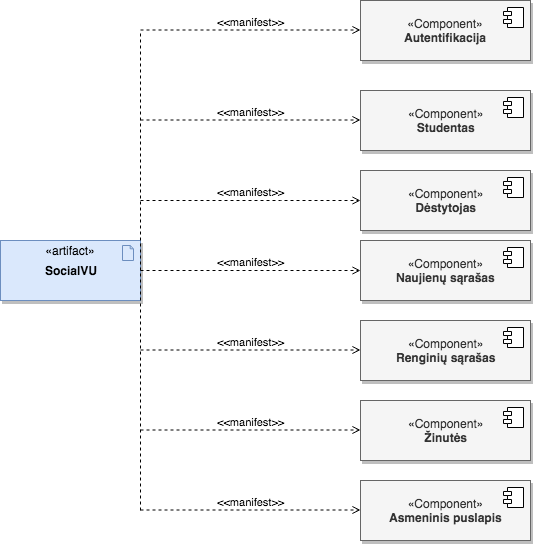
The draw.io diagram img/compArtifacts.png in eglepuo/PSI_1, before a commit. Source tidied: cells renumbered, new cells last; positions are measured from the earlier drawing's top-left corner, leaving out a move shared by most shapes. The source it was exported from:
```xml
<mxGraphModel background="#ffffff">
  <root>
    <mxCell id="0" />
    <mxCell id="1" parent="0" />
    <mxCell id="2" value="&lt;b&gt;SocialVU&lt;/b&gt;" style="html=1;outlineConnect=0;whiteSpace=wrap;fillColor=#dae8fc;strokeColor=#6c8ebf;shape=mxgraph.archimate3.application;appType=artifact;archiType=square;shadow=1;" parent="1" vertex="1">
      <mxGeometry y="240" width="140" height="60" as="geometry" />
    </mxCell>
    <mxCell id="3" value="&lt;span&gt;«artifact»&lt;/span&gt;" style="text;html=1;strokeColor=none;fillColor=none;align=center;verticalAlign=middle;whiteSpace=wrap;rounded=0;" parent="1" vertex="1">
      <mxGeometry x="50" y="240" width="40" height="20" as="geometry" />
    </mxCell>
    <mxCell id="4" value="&amp;lt;&amp;lt;manifest&amp;gt;&amp;gt;" style="edgeStyle=none;html=1;endArrow=open;verticalAlign=bottom;dashed=1;labelBackgroundColor=none;entryX=0;entryY=0.5;" parent="1" edge="1" target="9">
      <mxGeometry relative="1" as="geometry">
        <mxPoint x="140" y="200" as="sourcePoint" />
        <Array as="points">
          <mxPoint x="290" y="200" />
        </Array>
      </mxGeometry>
    </mxCell>
    <mxCell id="5" value="«Component»&lt;br&gt;&lt;b&gt;Autentifikacija&lt;/b&gt;" style="html=1;fillColor=#f5f5f5;strokeColor=#666666;fontColor=#333333;gradientColor=none;shadow=1;" parent="1" vertex="1">
      <mxGeometry x="360" width="170" height="60" as="geometry" />
    </mxCell>
    <mxCell id="6" style="shape=component;jettyWidth=8;jettyHeight=4;" parent="5" vertex="1">
      <mxGeometry x="1" width="20" height="20" relative="1" as="geometry">
        <mxPoint x="-27" y="7" as="offset" />
      </mxGeometry>
    </mxCell>
    <mxCell id="7" value="«Component»&lt;br&gt;&lt;b&gt;Studentas&lt;/b&gt;" style="html=1;fillColor=#f5f5f5;strokeColor=#666666;fontColor=#333333;gradientColor=none;shadow=1;" parent="1" vertex="1">
      <mxGeometry x="360" y="90" width="170" height="60" as="geometry" />
    </mxCell>
    <mxCell id="8" style="shape=component;jettyWidth=8;jettyHeight=4;" parent="7" vertex="1">
      <mxGeometry x="1" width="20" height="20" relative="1" as="geometry">
        <mxPoint x="-27" y="7" as="offset" />
      </mxGeometry>
    </mxCell>
    <mxCell id="9" value="«Component»&lt;br&gt;&lt;b&gt;Dėstytojas&lt;/b&gt;" style="html=1;fillColor=#f5f5f5;strokeColor=#666666;fontColor=#333333;gradientColor=none;shadow=1;" parent="1" vertex="1">
      <mxGeometry x="360" y="170" width="170" height="60" as="geometry" />
    </mxCell>
    <mxCell id="10" style="shape=component;jettyWidth=8;jettyHeight=4;" parent="9" vertex="1">
      <mxGeometry x="1" width="20" height="20" relative="1" as="geometry">
        <mxPoint x="-27" y="7" as="offset" />
      </mxGeometry>
    </mxCell>
    <mxCell id="11" value="«Component»&lt;br&gt;&lt;b&gt;Naujienų sąrašas&lt;/b&gt;" style="html=1;fillColor=#f5f5f5;strokeColor=#666666;fontColor=#333333;shadow=1;" parent="1" vertex="1">
      <mxGeometry x="360" y="240" width="170" height="60" as="geometry" />
    </mxCell>
    <mxCell id="12" style="shape=component;jettyWidth=8;jettyHeight=4;" parent="11" vertex="1">
      <mxGeometry x="1" width="20" height="20" relative="1" as="geometry">
        <mxPoint x="-27" y="7" as="offset" />
      </mxGeometry>
    </mxCell>
    <mxCell id="13" value="«Component»&lt;br&gt;&lt;b&gt;Renginių sąrašas&lt;/b&gt;" style="html=1;fillColor=#f5f5f5;strokeColor=#666666;fontColor=#333333;shadow=1;" parent="1" vertex="1">
      <mxGeometry x="360" y="320" width="170" height="60" as="geometry" />
    </mxCell>
    <mxCell id="14" style="shape=component;jettyWidth=8;jettyHeight=4;" parent="13" vertex="1">
      <mxGeometry x="1" width="20" height="20" relative="1" as="geometry">
        <mxPoint x="-27" y="7" as="offset" />
      </mxGeometry>
    </mxCell>
    <mxCell id="15" value="«Component»&lt;br&gt;&lt;b&gt;Žinutės&lt;/b&gt;" style="html=1;fillColor=#f5f5f5;strokeColor=#666666;fontColor=#333333;shadow=1;" parent="1" vertex="1">
      <mxGeometry x="360" y="400" width="170" height="60" as="geometry" />
    </mxCell>
    <mxCell id="16" style="shape=component;jettyWidth=8;jettyHeight=4;" parent="15" vertex="1">
      <mxGeometry x="1" width="20" height="20" relative="1" as="geometry">
        <mxPoint x="-27" y="7" as="offset" />
      </mxGeometry>
    </mxCell>
    <mxCell id="17" value="«Component»&lt;br&gt;&lt;b&gt;Asmeninis puslapis&lt;/b&gt;" style="html=1;fillColor=#f5f5f5;strokeColor=#666666;fontColor=#333333;shadow=1;" parent="1" vertex="1">
      <mxGeometry x="360" y="480" width="170" height="60" as="geometry" />
    </mxCell>
    <mxCell id="18" style="shape=component;jettyWidth=8;jettyHeight=4;" parent="17" vertex="1">
      <mxGeometry x="1" width="20" height="20" relative="1" as="geometry">
        <mxPoint x="-27" y="7" as="offset" />
      </mxGeometry>
    </mxCell>
    <mxCell id="19" value="&amp;lt;&amp;lt;manifest&amp;gt;&amp;gt;" style="edgeStyle=none;html=1;endArrow=open;verticalAlign=bottom;dashed=1;labelBackgroundColor=none;entryX=0;entryY=0.5;" parent="1" edge="1" source="2">
      <mxGeometry relative="1" as="geometry">
        <mxPoint x="360" y="270" as="targetPoint" />
        <Array as="points">
          <mxPoint x="290" y="270" />
        </Array>
      </mxGeometry>
    </mxCell>
    <mxCell id="20" value="&amp;lt;&amp;lt;manifest&amp;gt;&amp;gt;" style="edgeStyle=none;html=1;endArrow=open;verticalAlign=bottom;dashed=1;labelBackgroundColor=none;entryX=0;entryY=0.5;" parent="1" edge="1">
      <mxGeometry relative="1" as="geometry">
        <mxPoint x="140" y="349.5" as="sourcePoint" />
        <mxPoint x="360" y="349.5" as="targetPoint" />
        <Array as="points">
          <mxPoint x="290" y="349.5" />
        </Array>
      </mxGeometry>
    </mxCell>
    <mxCell id="21" value="&amp;lt;&amp;lt;manifest&amp;gt;&amp;gt;" style="edgeStyle=none;html=1;endArrow=open;verticalAlign=bottom;dashed=1;labelBackgroundColor=none;entryX=0;entryY=0.5;" parent="1" edge="1">
      <mxGeometry relative="1" as="geometry">
        <mxPoint x="140" y="429.5" as="sourcePoint" />
        <mxPoint x="360" y="429.5" as="targetPoint" />
        <Array as="points">
          <mxPoint x="290" y="429.5" />
        </Array>
      </mxGeometry>
    </mxCell>
    <mxCell id="22" value="&amp;lt;&amp;lt;manifest&amp;gt;&amp;gt;" style="edgeStyle=none;html=1;endArrow=open;verticalAlign=bottom;dashed=1;labelBackgroundColor=none;entryX=0;entryY=0.5;" parent="1" edge="1">
      <mxGeometry relative="1" as="geometry">
        <mxPoint x="140" y="509.5" as="sourcePoint" />
        <mxPoint x="360" y="509.5" as="targetPoint" />
        <Array as="points">
          <mxPoint x="290" y="509.5" />
        </Array>
      </mxGeometry>
    </mxCell>
    <mxCell id="23" value="&amp;lt;&amp;lt;manifest&amp;gt;&amp;gt;" style="edgeStyle=none;html=1;endArrow=open;verticalAlign=bottom;dashed=1;labelBackgroundColor=none;entryX=0;entryY=0.5;" parent="1" edge="1">
      <mxGeometry relative="1" as="geometry">
        <mxPoint x="140" y="119.5" as="sourcePoint" />
        <mxPoint x="360" y="119.5" as="targetPoint" />
        <Array as="points">
          <mxPoint x="290" y="119.5" />
        </Array>
      </mxGeometry>
    </mxCell>
    <mxCell id="24" value="&amp;lt;&amp;lt;manifest&amp;gt;&amp;gt;" style="edgeStyle=none;html=1;endArrow=open;verticalAlign=bottom;dashed=1;labelBackgroundColor=none;entryX=0;entryY=0.5;" parent="1" edge="1">
      <mxGeometry relative="1" as="geometry">
        <mxPoint x="140" y="29.5" as="sourcePoint" />
        <mxPoint x="360" y="29.5" as="targetPoint" />
        <Array as="points">
          <mxPoint x="290" y="29.5" />
        </Array>
      </mxGeometry>
    </mxCell>
    <mxCell id="25" style="endArrow=none;dashed=1;html=1;comic=0;shadow=0;rounded=1;" parent="1" edge="1">
      <mxGeometry relative="1" as="geometry">
        <mxPoint x="140" y="510" as="sourcePoint" />
        <mxPoint x="140" y="30" as="targetPoint" />
      </mxGeometry>
    </mxCell>
  </root>
</mxGraphModel>
```
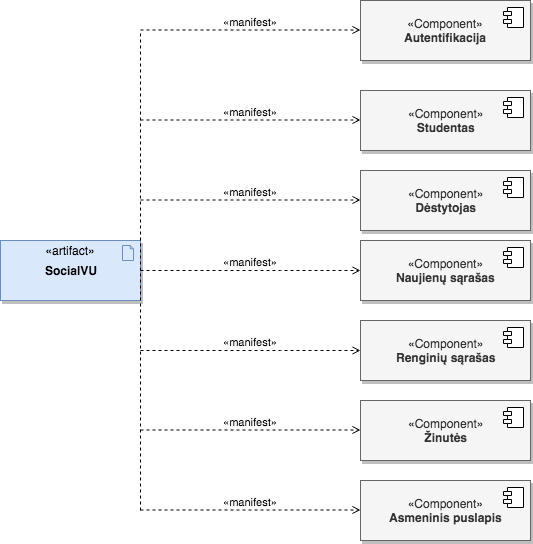
The same diagram one commit later.

Diff of the diagram source:
```diff
@@ -8,14 +8,6 @@
     <mxCell id="3" value="&lt;span&gt;«artifact»&lt;/span&gt;" style="text;html=1;strokeColor=none;fillColor=none;align=center;verticalAlign=middle;whiteSpace=wrap;rounded=0;" parent="1" vertex="1">
       <mxGeometry x="50" y="240" width="40" height="20" as="geometry" />
     </mxCell>
-    <mxCell id="4" value="&amp;lt;&amp;lt;manifest&amp;gt;&amp;gt;" style="edgeStyle=none;html=1;endArrow=open;verticalAlign=bottom;dashed=1;labelBackgroundColor=none;entryX=0;entryY=0.5;" parent="1" edge="1" target="9">
-      <mxGeometry relative="1" as="geometry">
-        <mxPoint x="140" y="200" as="sourcePoint" />
-        <Array as="points">
-          <mxPoint x="290" y="200" />
-        </Array>
-      </mxGeometry>
-    </mxCell>
     <mxCell id="5" value="«Component»&lt;br&gt;&lt;b&gt;Autentifikacija&lt;/b&gt;" style="html=1;fillColor=#f5f5f5;strokeColor=#666666;fontColor=#333333;gradientColor=none;shadow=1;" parent="1" vertex="1">
       <mxGeometry x="360" width="170" height="60" as="geometry" />
     </mxCell>
@@ -72,51 +64,7 @@
         <mxPoint x="-27" y="7" as="offset" />
       </mxGeometry>
     </mxCell>
-    <mxCell id="19" value="&amp;lt;&amp;lt;manifest&amp;gt;&amp;gt;" style="edgeStyle=none;html=1;endArrow=open;verticalAlign=bottom;dashed=1;labelBackgroundColor=none;entryX=0;entryY=0.5;" parent="1" edge="1" source="2">
-      <mxGeometry relative="1" as="geometry">
-        <mxPoint x="360" y="270" as="targetPoint" />
-        <Array as="points">
-          <mxPoint x="290" y="270" />
-        </Array>
-      </mxGeometry>
-    </mxCell>
-    <mxCell id="20" value="&amp;lt;&amp;lt;manifest&amp;gt;&amp;gt;" style="edgeStyle=none;html=1;endArrow=open;verticalAlign=bottom;dashed=1;labelBackgroundColor=none;entryX=0;entryY=0.5;" parent="1" edge="1">
-      <mxGeometry relative="1" as="geometry">
-        <mxPoint x="140" y="349.5" as="sourcePoint" />
-        <mxPoint x="360" y="349.5" as="targetPoint" />
-        <Array as="points">
-          <mxPoint x="290" y="349.5" />
-        </Array>
-      </mxGeometry>
-    </mxCell>
-    <mxCell id="21" value="&amp;lt;&amp;lt;manifest&amp;gt;&amp;gt;" style="edgeStyle=none;html=1;endArrow=open;verticalAlign=bottom;dashed=1;labelBackgroundColor=none;entryX=0;entryY=0.5;" parent="1" edge="1">
-      <mxGeometry relative="1" as="geometry">
-        <mxPoint x="140" y="429.5" as="sourcePoint" />
-        <mxPoint x="360" y="429.5" as="targetPoint" />
-        <Array as="points">
-          <mxPoint x="290" y="429.5" />
-        </Array>
-      </mxGeometry>
-    </mxCell>
-    <mxCell id="22" value="&amp;lt;&amp;lt;manifest&amp;gt;&amp;gt;" style="edgeStyle=none;html=1;endArrow=open;verticalAlign=bottom;dashed=1;labelBackgroundColor=none;entryX=0;entryY=0.5;" parent="1" edge="1">
-      <mxGeometry relative="1" as="geometry">
-        <mxPoint x="140" y="509.5" as="sourcePoint" />
-        <mxPoint x="360" y="509.5" as="targetPoint" />
-        <Array as="points">
-          <mxPoint x="290" y="509.5" />
-        </Array>
-      </mxGeometry>
-    </mxCell>
-    <mxCell id="23" value="&amp;lt;&amp;lt;manifest&amp;gt;&amp;gt;" style="edgeStyle=none;html=1;endArrow=open;verticalAlign=bottom;dashed=1;labelBackgroundColor=none;entryX=0;entryY=0.5;" parent="1" edge="1">
-      <mxGeometry relative="1" as="geometry">
-        <mxPoint x="140" y="119.5" as="sourcePoint" />
-        <mxPoint x="360" y="119.5" as="targetPoint" />
-        <Array as="points">
-          <mxPoint x="290" y="119.5" />
-        </Array>
-      </mxGeometry>
-    </mxCell>
-    <mxCell id="24" value="&amp;lt;&amp;lt;manifest&amp;gt;&amp;gt;" style="edgeStyle=none;html=1;endArrow=open;verticalAlign=bottom;dashed=1;labelBackgroundColor=none;entryX=0;entryY=0.5;" parent="1" edge="1">
+    <mxCell id="24" value="&lt;span&gt;«&lt;/span&gt;manifest&lt;span&gt;»&lt;/span&gt;" style="edgeStyle=none;html=1;endArrow=open;verticalAlign=bottom;dashed=1;labelBackgroundColor=none;entryX=0;entryY=0.5;" parent="1" edge="1">
       <mxGeometry relative="1" as="geometry">
         <mxPoint x="140" y="29.5" as="sourcePoint" />
         <mxPoint x="360" y="29.5" as="targetPoint" />
@@ -131,5 +79,59 @@
         <mxPoint x="140" y="30" as="targetPoint" />
       </mxGeometry>
     </mxCell>
+    <mxCell id="26" value="&lt;span&gt;«&lt;/span&gt;manifest&lt;span&gt;»&lt;/span&gt;" style="edgeStyle=none;html=1;endArrow=open;verticalAlign=bottom;dashed=1;labelBackgroundColor=none;entryX=0;entryY=0.5;" parent="1" edge="1">
+      <mxGeometry relative="1" as="geometry">
+        <mxPoint x="140" y="119.5" as="sourcePoint" />
+        <mxPoint x="360" y="119.5" as="targetPoint" />
+        <Array as="points">
+          <mxPoint x="290" y="119.5" />
+        </Array>
+      </mxGeometry>
+    </mxCell>
+    <mxCell id="27" value="&lt;span&gt;«&lt;/span&gt;manifest&lt;span&gt;»&lt;/span&gt;" style="edgeStyle=none;html=1;endArrow=open;verticalAlign=bottom;dashed=1;labelBackgroundColor=none;entryX=0;entryY=0.5;" parent="1" edge="1">
+      <mxGeometry relative="1" as="geometry">
+        <mxPoint x="140" y="429.5" as="sourcePoint" />
+        <mxPoint x="360" y="429.5" as="targetPoint" />
+        <Array as="points">
+          <mxPoint x="290" y="429.5" />
+        </Array>
+      </mxGeometry>
+    </mxCell>
+    <mxCell id="28" value="&lt;span&gt;«&lt;/span&gt;manifest&lt;span&gt;»&lt;/span&gt;" style="edgeStyle=none;html=1;endArrow=open;verticalAlign=bottom;dashed=1;labelBackgroundColor=none;entryX=0;entryY=0.5;" parent="1" edge="1">
+      <mxGeometry relative="1" as="geometry">
+        <mxPoint x="140" y="350" as="sourcePoint" />
+        <mxPoint x="360" y="350" as="targetPoint" />
+        <Array as="points">
+          <mxPoint x="290" y="350" />
+        </Array>
+      </mxGeometry>
+    </mxCell>
+    <mxCell id="29" value="&lt;span&gt;«&lt;/span&gt;manifest&lt;span&gt;»&lt;/span&gt;" style="edgeStyle=none;html=1;endArrow=open;verticalAlign=bottom;dashed=1;labelBackgroundColor=none;entryX=0;entryY=0.5;" parent="1" edge="1">
+      <mxGeometry relative="1" as="geometry">
+        <mxPoint x="140" y="270" as="sourcePoint" />
+        <mxPoint x="360" y="270" as="targetPoint" />
+        <Array as="points">
+          <mxPoint x="290" y="270" />
+        </Array>
+      </mxGeometry>
+    </mxCell>
+    <mxCell id="30" value="&lt;span&gt;«&lt;/span&gt;manifest&lt;span&gt;»&lt;/span&gt;" style="edgeStyle=none;html=1;endArrow=open;verticalAlign=bottom;dashed=1;labelBackgroundColor=none;entryX=0;entryY=0.5;" parent="1" edge="1">
+      <mxGeometry relative="1" as="geometry">
+        <mxPoint x="140" y="199.5" as="sourcePoint" />
+        <mxPoint x="360" y="199.5" as="targetPoint" />
+        <Array as="points">
+          <mxPoint x="290" y="199.5" />
+        </Array>
+      </mxGeometry>
+    </mxCell>
+    <mxCell id="31" value="&lt;span&gt;«&lt;/span&gt;manifest&lt;span&gt;»&lt;/span&gt;" style="edgeStyle=none;html=1;endArrow=open;verticalAlign=bottom;dashed=1;labelBackgroundColor=none;entryX=0;entryY=0.5;" parent="1" edge="1">
+      <mxGeometry relative="1" as="geometry">
+        <mxPoint x="140" y="509.5" as="sourcePoint" />
+        <mxPoint x="360" y="509.5" as="targetPoint" />
+        <Array as="points">
+          <mxPoint x="290" y="509.5" />
+        </Array>
+      </mxGeometry>
+    </mxCell>
   </root>
 </mxGraphModel>
```
